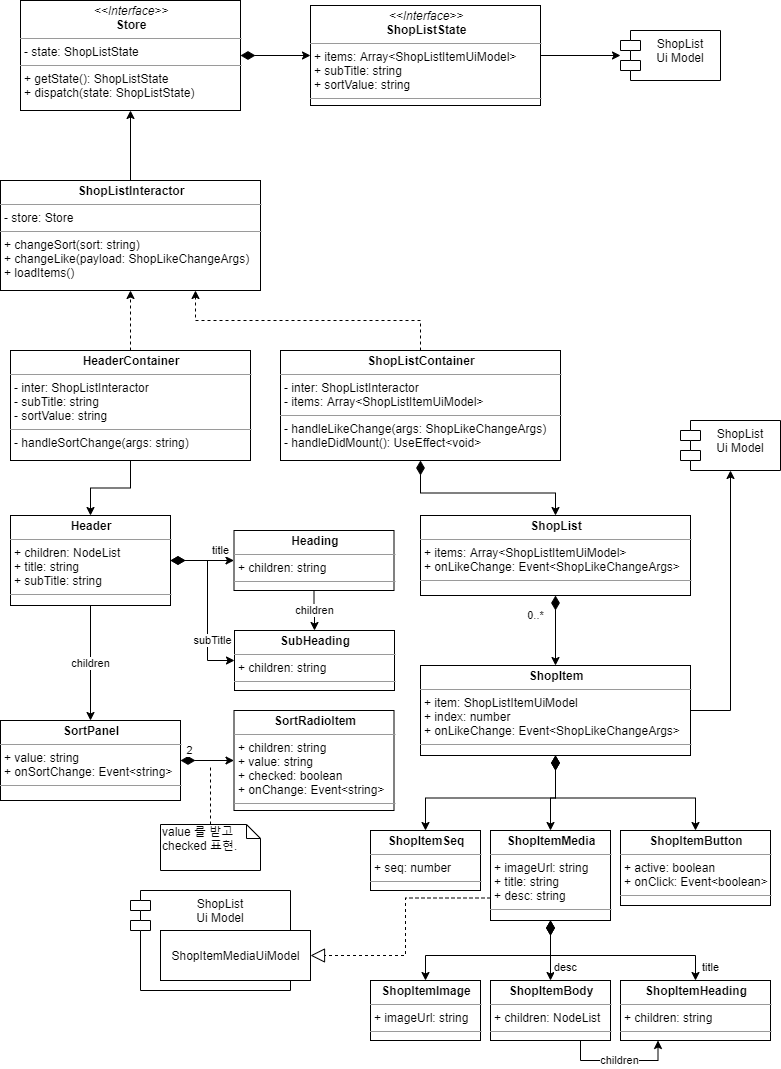
This is sw-design/images/ui-design-007/ui-design-007-Overall003.png from thesoncriel/coding-guide, a draw.io export, as it was before one commit. Source tidied: cells renumbered, new cells last; positions are measured from the earlier drawing's top-left corner, leaving out a move shared by most shapes.
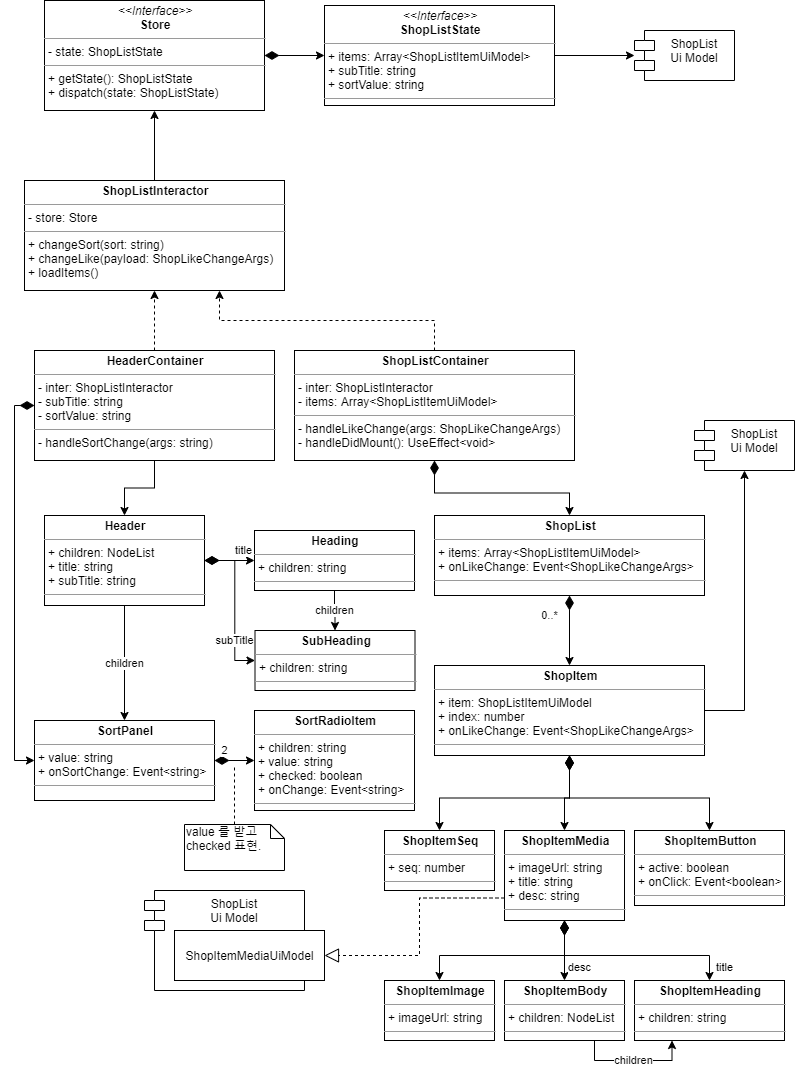
After the commit.

Commit message:
docs: ui 설계 - 7장 overall 이미지 교체

Diff of the diagram source:
```diff
@@ -9,7 +9,7 @@
       <mxGeometry relative="1" as="geometry" />
     </mxCell>
     <mxCell id="4" value="&lt;p style=&quot;margin: 0px ; margin-top: 4px ; text-align: center&quot;&gt;&lt;b&gt;Header&lt;/b&gt;&lt;/p&gt;&lt;hr size=&quot;1&quot;&gt;&lt;p style=&quot;margin: 0px 0px 0px 4px&quot;&gt;+ children: NodeList&lt;br&gt;&lt;/p&gt;&lt;p style=&quot;margin: 0px 0px 0px 4px&quot;&gt;+ title: string&lt;br&gt;&lt;/p&gt;&lt;p style=&quot;margin: 0px 0px 0px 4px&quot;&gt;+ subTitle: string&lt;br&gt;&lt;/p&gt;&lt;hr size=&quot;1&quot;&gt;&lt;p style=&quot;margin: 0px ; margin-left: 4px&quot;&gt;&lt;br&gt;&lt;/p&gt;" style="verticalAlign=top;align=left;overflow=fill;fontSize=12;fontFamily=Helvetica;html=1;" parent="1" vertex="1">
-      <mxGeometry x="10" y="515" width="160" height="90" as="geometry" />
+      <mxGeometry x="30" y="515" width="160" height="90" as="geometry" />
     </mxCell>
     <mxCell id="5" value="subTitle" style="edgeStyle=orthogonalEdgeStyle;rounded=0;jettySize=auto;html=1;entryX=0;entryY=0.5;entryDx=0;entryDy=0;startArrow=diamondThin;startFill=1;startSize=12;exitX=1;exitY=0.5;exitDx=0;exitDy=0;" parent="1" edge="1" source="4" target="8">
       <mxGeometry x="0.73" y="20" relative="1" as="geometry" />
@@ -18,27 +18,27 @@
       <mxGeometry relative="1" as="geometry" />
     </mxCell>
     <mxCell id="7" value="&lt;p style=&quot;margin: 0px ; margin-top: 4px ; text-align: center&quot;&gt;&lt;b&gt;Heading&lt;/b&gt;&lt;/p&gt;&lt;hr size=&quot;1&quot;&gt;&lt;p style=&quot;margin: 0px 0px 0px 4px&quot;&gt;+ children: string&lt;br&gt;&lt;/p&gt;&lt;hr size=&quot;1&quot;&gt;&lt;p style=&quot;margin: 0px ; margin-left: 4px&quot;&gt;&lt;br&gt;&lt;/p&gt;" style="verticalAlign=top;align=left;overflow=fill;fontSize=12;fontFamily=Helvetica;html=1;" parent="1" vertex="1">
-      <mxGeometry x="233.5" y="530" width="160" height="60" as="geometry" />
+      <mxGeometry x="240" y="530" width="160" height="60" as="geometry" />
     </mxCell>
     <mxCell id="8" value="&lt;p style=&quot;margin: 0px ; margin-top: 4px ; text-align: center&quot;&gt;&lt;b&gt;SubHeading&lt;/b&gt;&lt;/p&gt;&lt;hr size=&quot;1&quot;&gt;&lt;p style=&quot;margin: 0px 0px 0px 4px&quot;&gt;+ children: string&lt;br&gt;&lt;/p&gt;&lt;hr size=&quot;1&quot;&gt;&lt;p style=&quot;margin: 0px ; margin-left: 4px&quot;&gt;&lt;br&gt;&lt;/p&gt;" style="verticalAlign=top;align=left;overflow=fill;fontSize=12;fontFamily=Helvetica;html=1;" parent="1" vertex="1">
-      <mxGeometry x="234" y="630" width="160" height="60" as="geometry" />
+      <mxGeometry x="240.5" y="630" width="160" height="60" as="geometry" />
     </mxCell>
     <mxCell id="9" value="2" style="edgeStyle=orthogonalEdgeStyle;rounded=0;jettySize=auto;html=1;startSize=12;startArrow=diamondThin;startFill=1;" parent="1" edge="1" source="10" target="11">
       <mxGeometry x="-0.67" y="10" relative="1" as="geometry" />
     </mxCell>
     <mxCell id="10" value="&lt;p style=&quot;margin: 0px ; margin-top: 4px ; text-align: center&quot;&gt;&lt;b&gt;SortPanel&lt;/b&gt;&lt;/p&gt;&lt;hr size=&quot;1&quot;&gt;&lt;p style=&quot;margin: 0px 0px 0px 4px&quot;&gt;+ value: string&lt;/p&gt;&lt;p style=&quot;margin: 0px 0px 0px 4px&quot;&gt;+ onSortChange: Event&amp;lt;string&amp;gt;&lt;br&gt;&lt;/p&gt;&lt;hr size=&quot;1&quot;&gt;&lt;p style=&quot;margin: 0px ; margin-left: 4px&quot;&gt;&lt;br&gt;&lt;/p&gt;" style="verticalAlign=top;align=left;overflow=fill;fontSize=12;fontFamily=Helvetica;html=1;" parent="1" vertex="1">
-      <mxGeometry y="720" width="180" height="80" as="geometry" />
+      <mxGeometry x="20" y="720" width="180" height="80" as="geometry" />
     </mxCell>
     <mxCell id="11" value="&lt;p style=&quot;margin: 0px ; margin-top: 4px ; text-align: center&quot;&gt;&lt;b&gt;SortRadioItem&lt;/b&gt;&lt;/p&gt;&lt;hr size=&quot;1&quot;&gt;&lt;p style=&quot;margin: 0px 0px 0px 4px&quot;&gt;+ children: string&lt;/p&gt;&lt;p style=&quot;margin: 0px 0px 0px 4px&quot;&gt;+ value: string&lt;br&gt;&lt;/p&gt;&lt;p style=&quot;margin: 0px 0px 0px 4px&quot;&gt;+ checked: boolean&lt;/p&gt;&lt;p style=&quot;margin: 0px 0px 0px 4px&quot;&gt;+ onChange: Event&amp;lt;string&amp;gt;&lt;/p&gt;&lt;hr size=&quot;1&quot;&gt;&lt;p style=&quot;margin: 0px ; margin-left: 4px&quot;&gt;&lt;br&gt;&lt;/p&gt;" style="verticalAlign=top;align=left;overflow=fill;fontSize=12;fontFamily=Helvetica;html=1;" parent="1" vertex="1">
-      <mxGeometry x="233.5" y="710" width="160" height="100" as="geometry" />
+      <mxGeometry x="240" y="710" width="160" height="100" as="geometry" />
     </mxCell>
     <mxCell id="12" style="edgeStyle=orthogonalEdgeStyle;rounded=0;jettySize=auto;html=1;startArrow=none;startFill=0;startSize=12;endSize=6;endArrow=none;endFill=0;dashed=1;" parent="1" edge="1" source="13">
       <mxGeometry relative="1" as="geometry">
-        <mxPoint x="210" y="765" as="targetPoint" />
+        <mxPoint x="220" y="765" as="targetPoint" />
       </mxGeometry>
     </mxCell>
     <mxCell id="13" value="&lt;div&gt;value 를 받고&lt;/div&gt;&lt;div&gt;checked 표현.&lt;br&gt;&lt;/div&gt;" style="shape=note;whiteSpace=wrap;html=1;size=14;verticalAlign=top;align=left;spacingTop=-6;" parent="1" vertex="1">
-      <mxGeometry x="160" y="824" width="100" height="46" as="geometry" />
+      <mxGeometry x="170" y="824" width="100" height="46" as="geometry" />
     </mxCell>
     <mxCell id="14" value="&lt;p style=&quot;margin: 0px ; margin-top: 4px ; text-align: center&quot;&gt;&lt;b&gt;ShopItemImage&lt;/b&gt;&lt;/p&gt;&lt;hr size=&quot;1&quot;&gt;&lt;p style=&quot;margin: 0px ; margin-left: 4px&quot;&gt;+ imageUrl: string&lt;/p&gt;&lt;hr size=&quot;1&quot;&gt;&lt;p style=&quot;margin: 0px ; margin-left: 4px&quot;&gt;&lt;br&gt;&lt;/p&gt;" style="verticalAlign=top;align=left;overflow=fill;fontSize=12;fontFamily=Helvetica;html=1;" parent="1" vertex="1">
       <mxGeometry x="370" y="980" width="110" height="60" as="geometry" />
@@ -100,8 +100,16 @@
     <mxCell id="33" style="edgeStyle=orthogonalEdgeStyle;rounded=0;jettySize=auto;html=1;startSize=12;" parent="1" edge="1" source="34" target="4">
       <mxGeometry relative="1" as="geometry" />
     </mxCell>
+    <mxCell id="49" style="edgeStyle=orthogonalEdgeStyle;rounded=0;jettySize=auto;html=1;entryX=0;entryY=0.5;entryDx=0;entryDy=0;startArrow=diamondThin;startFill=1;startSize=12;endArrow=classic;endFill=1;endSize=6;exitX=0;exitY=0.5;exitDx=0;exitDy=0;" parent="1" edge="1" source="34" target="10">
+      <mxGeometry relative="1" as="geometry">
+        <Array as="points">
+          <mxPoint y="405" />
+          <mxPoint y="760" />
+        </Array>
+      </mxGeometry>
+    </mxCell>
     <mxCell id="34" value="&lt;p style=&quot;margin: 0px ; margin-top: 4px ; text-align: center&quot;&gt;&lt;b&gt;HeaderContainer&lt;/b&gt;&lt;br&gt;&lt;/p&gt;&lt;hr size=&quot;1&quot;&gt;&lt;p style=&quot;margin: 0px ; margin-left: 4px&quot;&gt;- inter: ShopListInteractor&lt;/p&gt;&lt;p style=&quot;margin: 0px ; margin-left: 4px&quot;&gt;- subTitle: string&lt;br&gt;&lt;/p&gt;&lt;p style=&quot;margin: 0px ; margin-left: 4px&quot;&gt;- sortValue: string&lt;/p&gt;&lt;hr size=&quot;1&quot;&gt;&lt;p style=&quot;margin: 0px ; margin-left: 4px&quot;&gt;- handleSortChange(args: string)&lt;/p&gt;" style="verticalAlign=top;align=left;overflow=fill;fontSize=12;fontFamily=Helvetica;html=1;" parent="1" vertex="1">
-      <mxGeometry x="10" y="350" width="240" height="110" as="geometry" />
+      <mxGeometry x="20" y="350" width="240" height="110" as="geometry" />
     </mxCell>
     <mxCell id="35" style="edgeStyle=orthogonalEdgeStyle;rounded=0;jettySize=auto;html=1;entryX=0.75;entryY=1;entryDx=0;entryDy=0;exitX=0.5;exitY=0;exitDx=0;exitDy=0;dashed=1;" parent="1" edge="1" source="37" target="39">
       <mxGeometry relative="1" as="geometry" />
@@ -116,13 +124,13 @@
       <mxGeometry relative="1" as="geometry" />
     </mxCell>
     <mxCell id="39" value="&lt;p style=&quot;margin: 0px ; margin-top: 4px ; text-align: center&quot;&gt;&lt;b&gt;ShopListInteractor&lt;/b&gt;&lt;/p&gt;&lt;hr size=&quot;1&quot;&gt;&lt;p style=&quot;margin: 0px ; margin-left: 4px&quot;&gt;- store: Store&lt;/p&gt;&lt;hr size=&quot;1&quot;&gt;&lt;p style=&quot;margin: 0px ; margin-left: 4px&quot;&gt;+ changeSort(sort: string)&lt;/p&gt;&lt;p style=&quot;margin: 0px ; margin-left: 4px&quot;&gt;+ changeLike(payload: ShopLikeChangeArgs)&lt;/p&gt;&lt;p style=&quot;margin: 0px ; margin-left: 4px&quot;&gt;+ loadItems()&lt;/p&gt;" style="verticalAlign=top;align=left;overflow=fill;fontSize=12;fontFamily=Helvetica;html=1;" parent="1" vertex="1">
-      <mxGeometry y="180" width="260" height="110" as="geometry" />
+      <mxGeometry x="10" y="180" width="260" height="110" as="geometry" />
     </mxCell>
     <mxCell id="40" style="edgeStyle=orthogonalEdgeStyle;rounded=0;jettySize=auto;html=1;startArrow=diamondThin;startFill=1;startSize=12;" parent="1" edge="1" source="41" target="43">
       <mxGeometry relative="1" as="geometry" />
     </mxCell>
     <mxCell id="41" value="&lt;p style=&quot;margin: 0px ; margin-top: 4px ; text-align: center&quot;&gt;&lt;i&gt;&amp;lt;&amp;lt;Interface&amp;gt;&amp;gt;&lt;/i&gt;&lt;br&gt;&lt;b&gt;Store&lt;/b&gt;&lt;/p&gt;&lt;hr size=&quot;1&quot;&gt;&lt;p style=&quot;margin: 0px ; margin-left: 4px&quot;&gt;- state: ShopListState&lt;/p&gt;&lt;hr size=&quot;1&quot;&gt;&lt;p style=&quot;margin: 0px ; margin-left: 4px&quot;&gt;+ getState(): ShopListState&lt;br&gt;+ dispatch(state: ShopListState)&lt;/p&gt;" style="verticalAlign=top;align=left;overflow=fill;fontSize=12;fontFamily=Helvetica;html=1;" parent="1" vertex="1">
-      <mxGeometry x="20" width="220" height="110" as="geometry" />
+      <mxGeometry x="30" width="220" height="110" as="geometry" />
     </mxCell>
     <mxCell id="42" style="edgeStyle=orthogonalEdgeStyle;rounded=0;jettySize=auto;html=1;entryX=0;entryY=0.5;entryDx=0;entryDy=0;entryPerimeter=0;startArrow=none;startFill=0;startSize=12;" parent="1" edge="1" source="43" target="45">
       <mxGeometry relative="1" as="geometry" />
```
